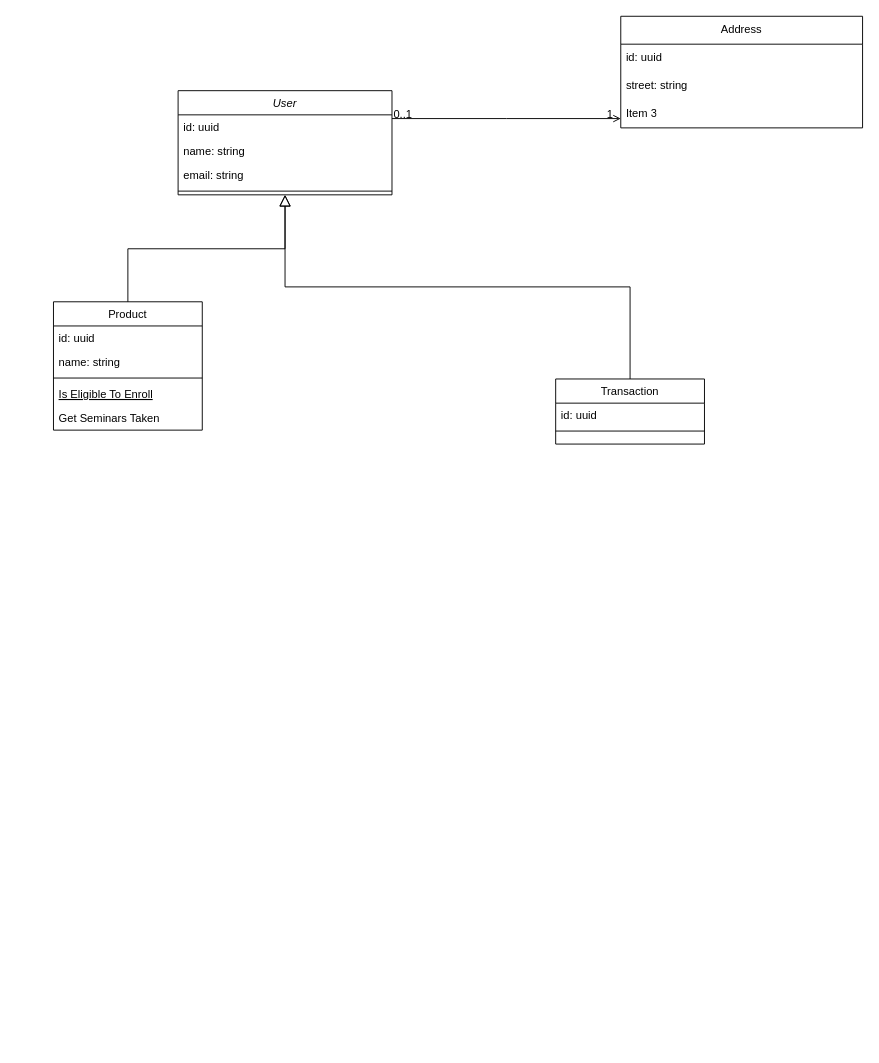
save-and-eat/save-n-eat-schemas keeps this draw.io diagram as class diagram.drawio. Above is the earlier version. Source tidied: cells renumbered, new cells numbered last; positions are measured from the earlier drawing's top-left corner, leaving out a move shared by most shapes. Both pictures are drawn from the tidied source at 93%, with x=0, y=0 at pixel (53, 16).
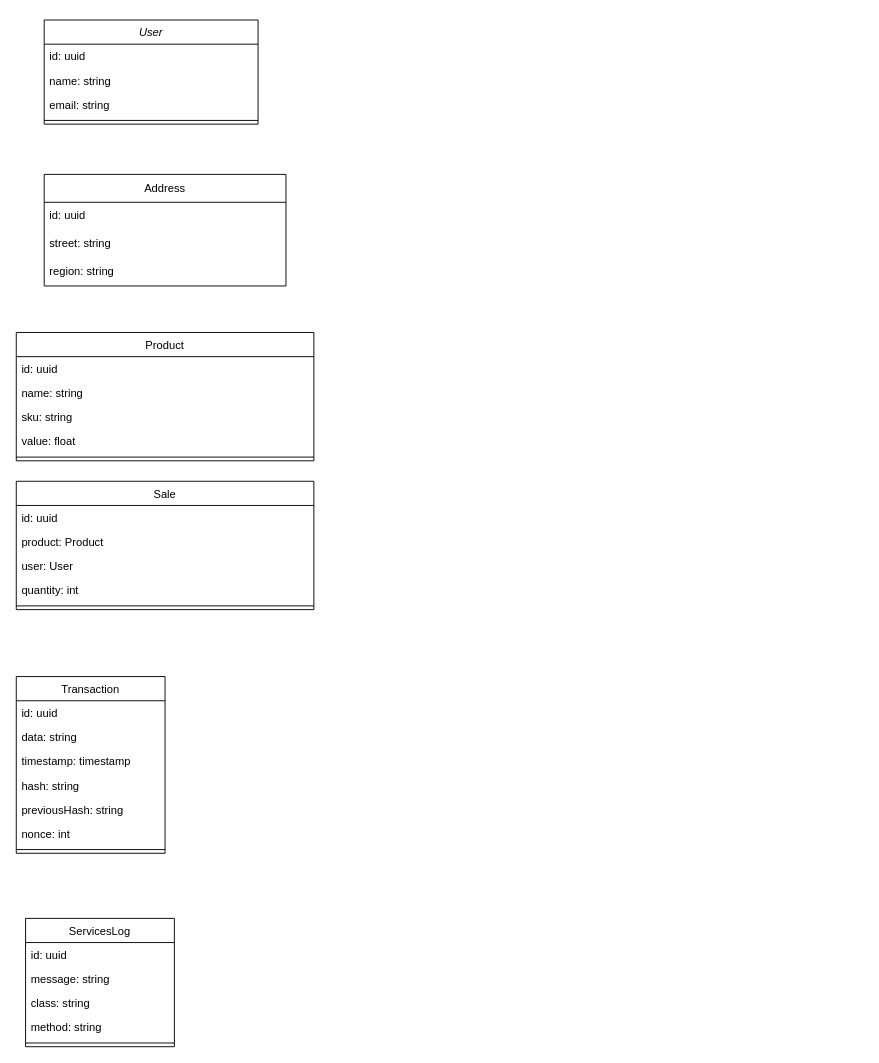
The same diagram, later.

Change to the diagram source:
```diff
@@
     <mxCell id="2" value="User" style="swimlane;fontStyle=2;align=center;verticalAlign=top;horizontal=1;startSize=26;rounded=0;shadow=0;strokeWidth=1;" parent="1" vertex="1">
-      <mxGeometry x="134" y="80" width="230" height="112" as="geometry" />
+      <mxGeometry x="-10" y="4" width="230" height="112" as="geometry" />
     </mxCell>
@@
     <mxCell id="7" value="Product" style="swimlane;fontStyle=0;align=center;verticalAlign=top;horizontal=1;startSize=26;rounded=0;shadow=0;strokeWidth=1;" parent="1" vertex="1">
-      <mxGeometry y="307" width="160" height="138" as="geometry" />
+      <mxGeometry x="-40" y="340" width="320" height="138" as="geometry" />
     </mxCell>
     <mxCell id="8" value="id: uuid" style="text;align=left;verticalAlign=top;spacingLeft=4;spacingRight=4;overflow=hidden;" parent="7" vertex="1">
-      <mxGeometry y="26" width="160" height="26" as="geometry" />
+      <mxGeometry y="26" width="320" height="26" as="geometry" />
     </mxCell>
+    <mxCell id="25" value="name: string" style="text;align=left;verticalAlign=top;spacingLeft=4;spacingRight=4;overflow=hidden;rounded=0;shadow=0;html=0;" parent="7" vertex="1">
+      <mxGeometry y="52" width="320" height="26" as="geometry" />
+    </mxCell>
-    <mxCell id="9" value="name: string" style="text;align=left;verticalAlign=top;spacingLeft=4;spacingRight=4;overflow=hidden;rounded=0;shadow=0;html=0;" parent="7" vertex="1">
-      <mxGeometry y="52" width="160" height="26" as="geometry" />
+    <mxCell id="9" value="sku: string" style="text;align=left;verticalAlign=top;spacingLeft=4;spacingRight=4;overflow=hidden;rounded=0;shadow=0;html=0;" parent="7" vertex="1">
+      <mxGeometry y="78" width="320" height="26" as="geometry" />
     </mxCell>
+    <mxCell id="26" value="value: float" style="text;align=left;verticalAlign=top;spacingLeft=4;spacingRight=4;overflow=hidden;rounded=0;shadow=0;html=0;" parent="7" vertex="1">
+      <mxGeometry y="104" width="320" height="26" as="geometry" />
+    </mxCell>
     <mxCell id="10" style="line;html=1;strokeWidth=1;align=left;verticalAlign=middle;spacingTop=-1;spacingLeft=3;spacingRight=3;labelPosition=right;" parent="7" vertex="1">
-      <mxGeometry y="78" width="160" height="8" as="geometry" />
+      <mxGeometry y="130" width="320" height="8" as="geometry" />
     </mxCell>
-    <mxCell id="11" value="Is Eligible To Enroll" style="text;align=left;verticalAlign=top;spacingLeft=4;spacingRight=4;overflow=hidden;fontStyle=4;" parent="7" vertex="1">
-      <mxGeometry y="86" width="160" height="26" as="geometry" />
-    </mxCell>
-    <mxCell id="12" value="Get Seminars Taken" style="text;align=left;verticalAlign=top;spacingLeft=4;spacingRight=4;overflow=hidden;" parent="7" vertex="1">
-      <mxGeometry y="112" width="160" height="26" as="geometry" />
-    </mxCell>
-    <mxCell id="13" style="endArrow=block;endSize=10;endFill=0;shadow=0;strokeWidth=1;rounded=0;curved=0;edgeStyle=elbowEdgeStyle;elbow=vertical;" parent="1" edge="1" source="7" target="2">
-      <mxGeometry relative="1" as="geometry" />
-    </mxCell>
     <mxCell id="14" value="Transaction" style="swimlane;fontStyle=0;align=center;verticalAlign=top;horizontal=1;startSize=26;rounded=0;shadow=0;strokeWidth=1;" parent="1" vertex="1">
-      <mxGeometry x="540" y="390" width="160" height="70" as="geometry" />
+      <mxGeometry x="-40" y="710" width="160" height="190" as="geometry" />
     </mxCell>
@@
+    <mxCell id="27" value="data: string" style="text;align=left;verticalAlign=top;spacingLeft=4;spacingRight=4;overflow=hidden;" parent="14" vertex="1">
+      <mxGeometry y="52" width="160" height="26" as="geometry" />
+    </mxCell>
+    <mxCell id="28" value="timestamp: timestamp" style="text;align=left;verticalAlign=top;spacingLeft=4;spacingRight=4;overflow=hidden;" parent="14" vertex="1">
+      <mxGeometry y="78" width="160" height="26" as="geometry" />
+    </mxCell>
+    <mxCell id="29" value="hash: string" style="text;align=left;verticalAlign=top;spacingLeft=4;spacingRight=4;overflow=hidden;" parent="14" vertex="1">
+      <mxGeometry y="104" width="160" height="26" as="geometry" />
+    </mxCell>
+    <mxCell id="30" value="previousHash: string" style="text;align=left;verticalAlign=top;spacingLeft=4;spacingRight=4;overflow=hidden;" parent="14" vertex="1">
+      <mxGeometry y="130" width="160" height="26" as="geometry" />
+    </mxCell>
+    <mxCell id="31" value="nonce: int" style="text;align=left;verticalAlign=top;spacingLeft=4;spacingRight=4;overflow=hidden;" parent="14" vertex="1">
+      <mxGeometry y="156" width="160" height="26" as="geometry" />
+    </mxCell>
     <mxCell id="16" style="line;html=1;strokeWidth=1;align=left;verticalAlign=middle;spacingTop=-1;spacingLeft=3;spacingRight=3;labelPosition=right;" parent="14" vertex="1">
-      <mxGeometry y="52" width="160" height="8" as="geometry" />
+      <mxGeometry y="182" width="160" height="8" as="geometry" />
     </mxCell>
-    <mxCell id="17" style="endArrow=block;endSize=10;endFill=0;shadow=0;strokeWidth=1;rounded=0;curved=0;edgeStyle=elbowEdgeStyle;elbow=vertical;" parent="1" edge="1" source="14" target="2">
-      <mxGeometry relative="1" as="geometry" />
-    </mxCell>
-    <mxCell id="18" style="endArrow=open;shadow=0;strokeWidth=1;rounded=0;curved=0;endFill=1;edgeStyle=elbowEdgeStyle;elbow=vertical;" parent="1" edge="1" source="2">
-      <mxGeometry x="0.5" y="41" relative="1" as="geometry">
-        <mxPoint x="610" y="110" as="targetPoint" />
-        <mxPoint x="-40" y="32" as="offset" />
-      </mxGeometry>
-    </mxCell>
-    <mxCell id="19" value="0..1" style="align=left;verticalAlign=bottom;labelBackgroundColor=none;fontSize=12;" parent="18" vertex="1">
-      <mxGeometry x="-1" relative="1" as="geometry">
-        <mxPoint y="4" as="offset" />
-      </mxGeometry>
-    </mxCell>
-    <mxCell id="20" value="1" style="align=right;verticalAlign=bottom;labelBackgroundColor=none;fontSize=12;" parent="18" vertex="1">
-      <mxGeometry x="1" relative="1" as="geometry">
-        <mxPoint x="-7" y="4" as="offset" />
-      </mxGeometry>
-    </mxCell>
     <mxCell id="21" value="Address" style="swimlane;fontStyle=0;horizontal=1;startSize=30;whiteSpace=wrap;html=1;" parent="1" vertex="1">
-      <mxGeometry x="610" width="260" height="120" as="geometry" />
+      <mxGeometry x="-10" y="170" width="260" height="120" as="geometry" />
     </mxCell>
@@
-    <mxCell id="24" value="Item 3" style="text;strokeColor=none;fillColor=none;align=left;verticalAlign=middle;spacingLeft=4;spacingRight=4;overflow=hidden;whiteSpace=wrap;html=1;" parent="21" vertex="1">
+    <mxCell id="24" value="region: string" style="text;strokeColor=none;fillColor=none;align=left;verticalAlign=middle;spacingLeft=4;spacingRight=4;overflow=hidden;whiteSpace=wrap;html=1;" parent="21" vertex="1">
       <mxGeometry y="90" width="260" height="30" as="geometry" />
     </mxCell>
+    <mxCell id="32" value="ServicesLog" style="swimlane;fontStyle=0;align=center;verticalAlign=top;horizontal=1;startSize=26;rounded=0;shadow=0;strokeWidth=1;" parent="1" vertex="1">
+      <mxGeometry x="-30" y="970" width="160" height="138" as="geometry" />
+    </mxCell>
+    <mxCell id="33" value="id: uuid" style="text;align=left;verticalAlign=top;spacingLeft=4;spacingRight=4;overflow=hidden;" parent="32" vertex="1">
+      <mxGeometry y="26" width="160" height="26" as="geometry" />
+    </mxCell>
+    <mxCell id="34" value="message: string" style="text;align=left;verticalAlign=top;spacingLeft=4;spacingRight=4;overflow=hidden;" parent="32" vertex="1">
+      <mxGeometry y="52" width="160" height="26" as="geometry" />
+    </mxCell>
+    <mxCell id="35" value="class: string" style="text;align=left;verticalAlign=top;spacingLeft=4;spacingRight=4;overflow=hidden;" parent="32" vertex="1">
+      <mxGeometry y="78" width="160" height="26" as="geometry" />
+    </mxCell>
+    <mxCell id="36" value="method: string" style="text;align=left;verticalAlign=top;spacingLeft=4;spacingRight=4;overflow=hidden;" parent="32" vertex="1">
+      <mxGeometry y="104" width="160" height="26" as="geometry" />
+    </mxCell>
+    <mxCell id="37" style="line;html=1;strokeWidth=1;align=left;verticalAlign=middle;spacingTop=-1;spacingLeft=3;spacingRight=3;labelPosition=right;" parent="32" vertex="1">
+      <mxGeometry y="130" width="160" height="8" as="geometry" />
+    </mxCell>
+    <mxCell id="38" value="Sale" style="swimlane;fontStyle=0;align=center;verticalAlign=top;horizontal=1;startSize=26;rounded=0;shadow=0;strokeWidth=1;" parent="1" vertex="1">
+      <mxGeometry x="-40" y="500" width="320" height="138" as="geometry" />
+    </mxCell>
+    <mxCell id="39" value="id: uuid" style="text;align=left;verticalAlign=top;spacingLeft=4;spacingRight=4;overflow=hidden;" parent="38" vertex="1">
+      <mxGeometry y="26" width="320" height="26" as="geometry" />
+    </mxCell>
+    <mxCell id="40" value="product: Product" style="text;align=left;verticalAlign=top;spacingLeft=4;spacingRight=4;overflow=hidden;rounded=0;shadow=0;html=0;" parent="38" vertex="1">
+      <mxGeometry y="52" width="320" height="26" as="geometry" />
+    </mxCell>
+    <mxCell id="41" value="user: User" style="text;align=left;verticalAlign=top;spacingLeft=4;spacingRight=4;overflow=hidden;rounded=0;shadow=0;html=0;" parent="38" vertex="1">
+      <mxGeometry y="78" width="320" height="26" as="geometry" />
+    </mxCell>
+    <mxCell id="42" value="quantity: int" style="text;align=left;verticalAlign=top;spacingLeft=4;spacingRight=4;overflow=hidden;rounded=0;shadow=0;html=0;" parent="38" vertex="1">
+      <mxGeometry y="104" width="320" height="26" as="geometry" />
+    </mxCell>
+    <mxCell id="43" style="line;html=1;strokeWidth=1;align=left;verticalAlign=middle;spacingTop=-1;spacingLeft=3;spacingRight=3;labelPosition=right;" parent="38" vertex="1">
+      <mxGeometry y="130" width="320" height="8" as="geometry" />
+    </mxCell>
```
